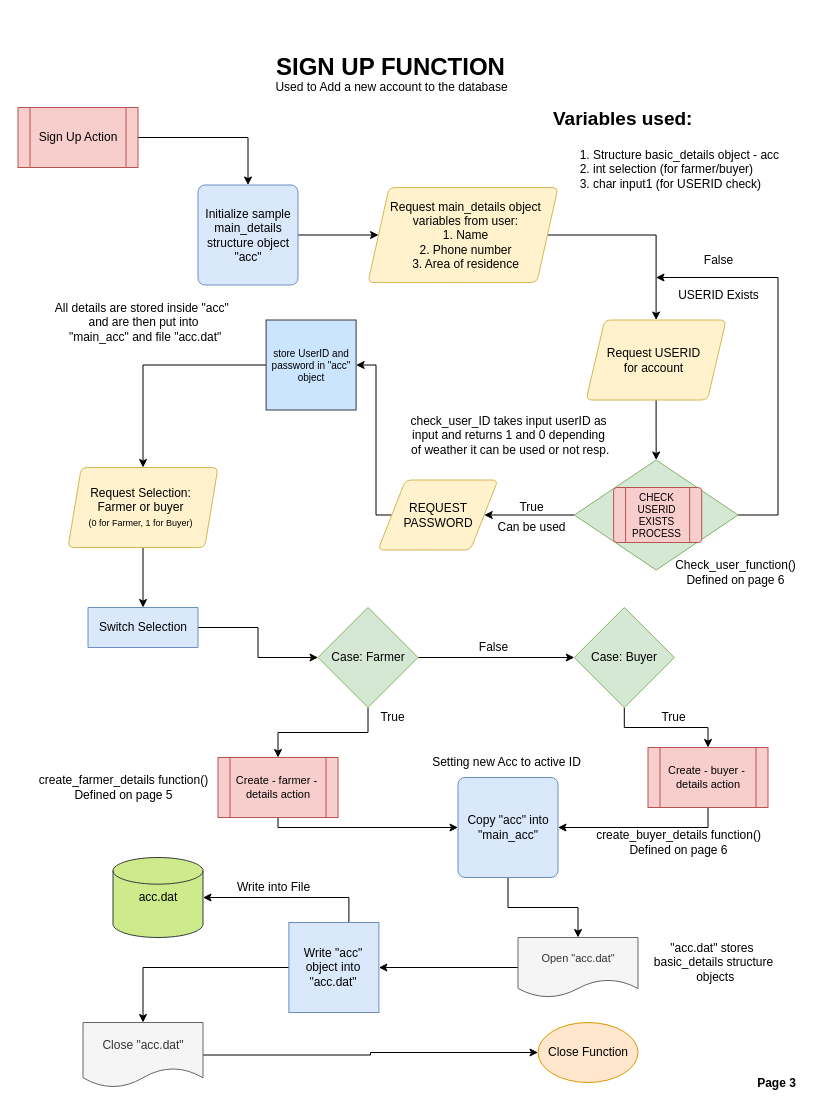
Earlier version of the draw.io diagram page "3. Sign_Up" (3 of 14) of Flow Charts/Pdfs/Simplified.drawio (dhruvbanerjee77/FARMHOUSE-A-Marketing-Portal). Source tidied: cells renumbered, new cells numbered last; positions are measured from the earlier drawing's top-left corner, leaving out a move shared by most shapes. Both pictures are drawn from the tidied source at 100%, with x=0, y=0 at pixel (17, 47).
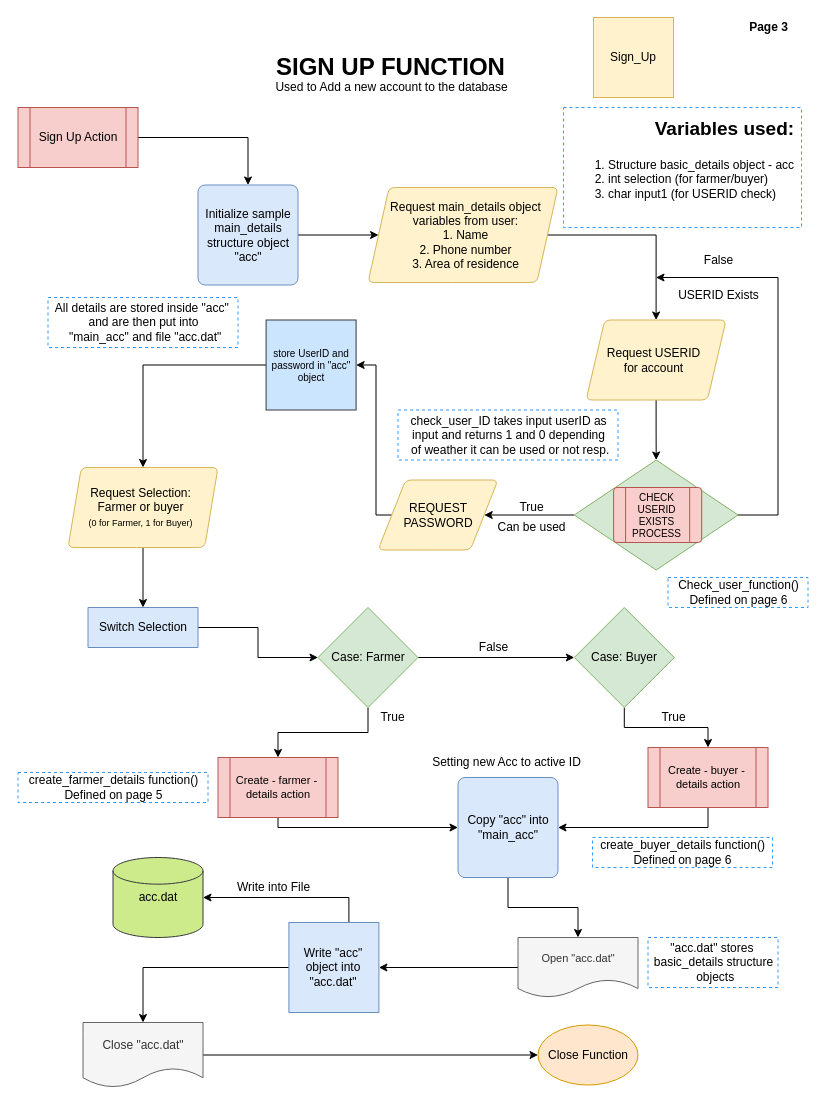
After the change.

Change to the diagram source:
```diff
@@
     <mxCell id="28" value="Close Function" style="strokeWidth=1;html=1;shape=mxgraph.flowchart.start_1;whiteSpace=wrap;fillColor=#ffe6cc;strokeColor=#d79b00;" parent="1" vertex="1">
-      <mxGeometry x="520.5" y="975" width="100" height="60" as="geometry" />
+      <mxGeometry x="520.5" y="977.5" width="100" height="60" as="geometry" />
     </mxCell>
@@
-    <mxCell id="44" value="&lt;h1&gt;&lt;font style=&quot;font-size: 19px&quot;&gt;Variables used:&lt;/font&gt;&lt;/h1&gt;&lt;p&gt;&lt;/p&gt;&lt;ol&gt;&lt;li&gt;Structure basic_details object - acc&lt;/li&gt;&lt;li&gt;int selection (for farmer/buyer)&lt;/li&gt;&lt;li&gt;char input1 (for USERID check)&lt;/li&gt;&lt;/ol&gt;&lt;p&gt;&lt;/p&gt;" style="text;html=1;strokeColor=none;fillColor=none;spacing=5;spacingTop=-20;whiteSpace=wrap;overflow=hidden;rounded=0;fontSize=12;" parent="1" vertex="1">
-      <mxGeometry x="530.5" y="50" width="240" height="120" as="geometry" />
+    <mxCell id="44" value="&lt;h1 style=&quot;text-align: right&quot;&gt;&lt;font style=&quot;font-size: 19px&quot;&gt;Variables used:&lt;/font&gt;&lt;/h1&gt;&lt;p&gt;&lt;/p&gt;&lt;ol&gt;&lt;li&gt;Structure basic_details object - acc&lt;/li&gt;&lt;li&gt;int selection (for farmer/buyer)&lt;/li&gt;&lt;li&gt;char input1 (for USERID check)&lt;/li&gt;&lt;/ol&gt;&lt;p&gt;&lt;/p&gt;" style="text;html=1;strokeColor=#3399FF;fillColor=none;spacing=5;spacingTop=-20;whiteSpace=wrap;overflow=hidden;rounded=0;fontSize=12;dashed=1;" parent="1" vertex="1">
+      <mxGeometry x="546" y="60" width="238" height="120" as="geometry" />
     </mxCell>
-    <mxCell id="45" value="All details are stored inside &quot;acc&quot;&amp;nbsp;&lt;br&gt;and are then put into&lt;br&gt;&amp;nbsp;&quot;main_acc&quot; and file &quot;acc.dat&quot;" style="text;html=1;align=center;verticalAlign=middle;fontSize=12;" parent="1" vertex="1">
+    <mxCell id="45" value="All details are stored inside &quot;acc&quot;&amp;nbsp;&lt;br&gt;and are then put into&lt;br&gt;&amp;nbsp;&quot;main_acc&quot; and file &quot;acc.dat&quot;" style="text;html=1;align=center;verticalAlign=middle;fontSize=12;strokeColor=#3399FF;dashed=1;" parent="1" vertex="1">
       <mxGeometry x="30.5" y="250" width="190" height="50" as="geometry" />
     </mxCell>
-    <mxCell id="46" value="check_user_ID takes input userID as &lt;br&gt;input and returns 1 and 0 depending&lt;br&gt;&amp;nbsp;of weather it can be used or not resp." style="text;html=1;align=center;verticalAlign=middle;fontSize=12;" parent="1" vertex="1">
+    <mxCell id="46" value="check_user_ID takes input userID as &lt;br&gt;input and returns 1 and 0 depending&lt;br&gt;&amp;nbsp;of weather it can be used or not resp." style="text;html=1;align=center;verticalAlign=middle;fontSize=12;strokeColor=#3399FF;dashed=1;" parent="1" vertex="1">
       <mxGeometry x="380.5" y="362.5" width="220" height="50" as="geometry" />
     </mxCell>
-    <mxCell id="47" value="Check_user_function()&lt;br&gt;Defined on page 6" style="text;html=1;align=center;verticalAlign=middle;fontSize=12;" parent="1" vertex="1">
-      <mxGeometry x="647.5" y="510" width="140" height="30" as="geometry" />
+    <mxCell id="47" value="Check_user_function()&lt;br&gt;Defined on page 6" style="text;html=1;align=center;verticalAlign=middle;fontSize=12;strokeColor=#3399FF;dashed=1;" parent="1" vertex="1">
+      <mxGeometry x="650.5" y="530" width="140" height="30" as="geometry" />
     </mxCell>
@@
-    <mxCell id="52" value="create_farmer_details function()&lt;br&gt;Defined on page 5" style="text;html=1;align=center;verticalAlign=middle;fontSize=12;" parent="1" vertex="1">
-      <mxGeometry x="10.5" y="725" width="190" height="30" as="geometry" />
+    <mxCell id="52" value="create_farmer_details function()&lt;br&gt;Defined on page 5" style="text;html=1;align=center;verticalAlign=middle;fontSize=12;strokeColor=#3399FF;dashed=1;" parent="1" vertex="1">
+      <mxGeometry x="0.5" y="725" width="190" height="30" as="geometry" />
     </mxCell>
-    <mxCell id="53" value="create_buyer_details function()&lt;br&gt;Defined on page 6" style="text;html=1;align=center;verticalAlign=middle;fontSize=12;" parent="1" vertex="1">
-      <mxGeometry x="570.5" y="780" width="180" height="30" as="geometry" />
+    <mxCell id="53" value="create_buyer_details function()&lt;br&gt;Defined on page 6" style="text;html=1;align=center;verticalAlign=middle;fontSize=12;strokeColor=#3399FF;dashed=1;" parent="1" vertex="1">
+      <mxGeometry x="575" y="790" width="180" height="30" as="geometry" />
     </mxCell>
@@
-    <mxCell id="55" value="&quot;acc.dat&quot; stores&amp;nbsp;&lt;br&gt;basic_details structure&lt;br&gt;&amp;nbsp;objects" style="text;html=1;align=center;verticalAlign=middle;fontSize=12;" parent="1" vertex="1">
+    <mxCell id="55" value="&quot;acc.dat&quot; stores&amp;nbsp;&lt;br&gt;basic_details structure&lt;br&gt;&amp;nbsp;objects" style="text;html=1;align=center;verticalAlign=middle;fontSize=12;strokeColor=#3399FF;dashed=1;" parent="1" vertex="1">
       <mxGeometry x="630.5" y="890" width="130" height="50" as="geometry" />
     </mxCell>
@@
     <mxCell id="60" value="&lt;b&gt;Page 3&lt;/b&gt;" style="text;html=1;align=center;verticalAlign=middle;" parent="1" vertex="1">
-      <mxGeometry x="734" y="1026" width="50" height="20" as="geometry" />
+      <mxGeometry x="725.5" y="-30" width="50" height="20" as="geometry" />
     </mxCell>
+    <mxCell id="61" value="Sign_Up" style="whiteSpace=wrap;html=1;fillColor=#fff2cc;strokeColor=#d6b656;" parent="1" vertex="1">
+      <mxGeometry x="576" y="-30" width="80" height="80" as="geometry" />
+    </mxCell>
```
